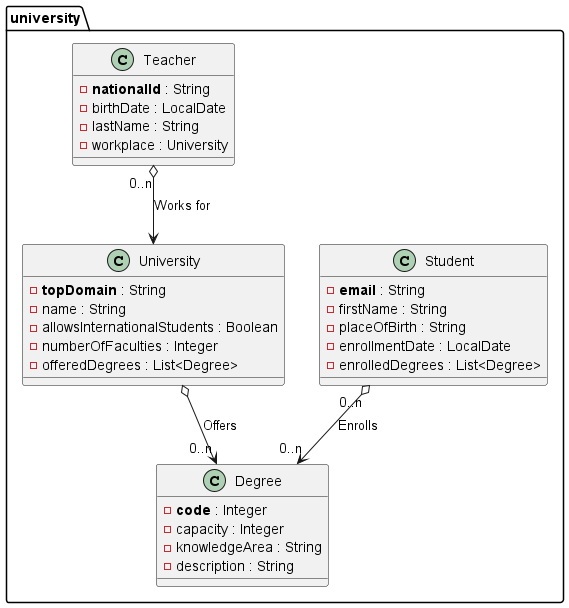
Before: docs/university.models.png, a diagram exported from PlantUML (miw-upm/apaw-practice).
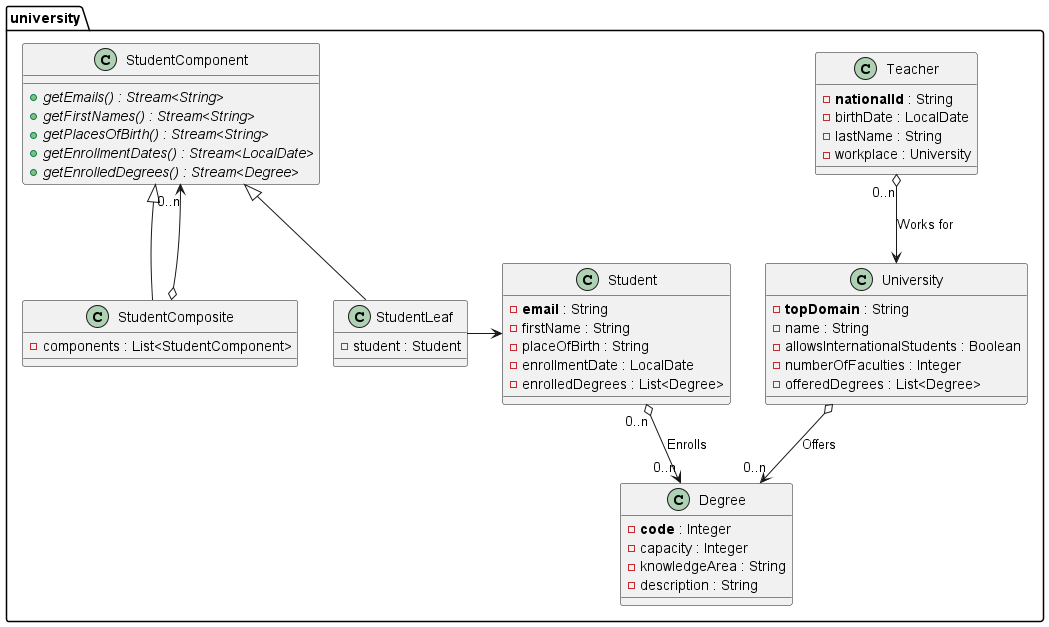
After the change.

Commit message:
Implements composite pattern over Student entity and updates class diagram #944

The edit, as a diff of the source:
```diff
@@ -30,6 +30,26 @@
     - description : String
     }
 
+    class StudentComponent{
+        + {abstract} getEmails() : Stream<String>
+        + {abstract} getFirstNames() : Stream<String>
+        + {abstract} getPlacesOfBirth() : Stream<String>
+        + {abstract} getEnrollmentDates() : Stream<LocalDate>
+        + {abstract} getEnrolledDegrees() : Stream<Degree>
+    }
+
+    class StudentComposite{
+        - components : List<StudentComponent>
+    }
+
+    class StudentLeaf{
+        - student : Student
+    }
+
+    StudentComponent <|-- StudentLeaf
+    StudentComponent <|-- StudentComposite
+    StudentLeaf -left-> Student
+    StudentComposite o--> "0..n" StudentComponent
     University o--> "0..n" Degree : Offers
     Teacher "0..n" o--> University : Works for
     Student "0..n" o--> "0..n" Degree : Enrolls
```
